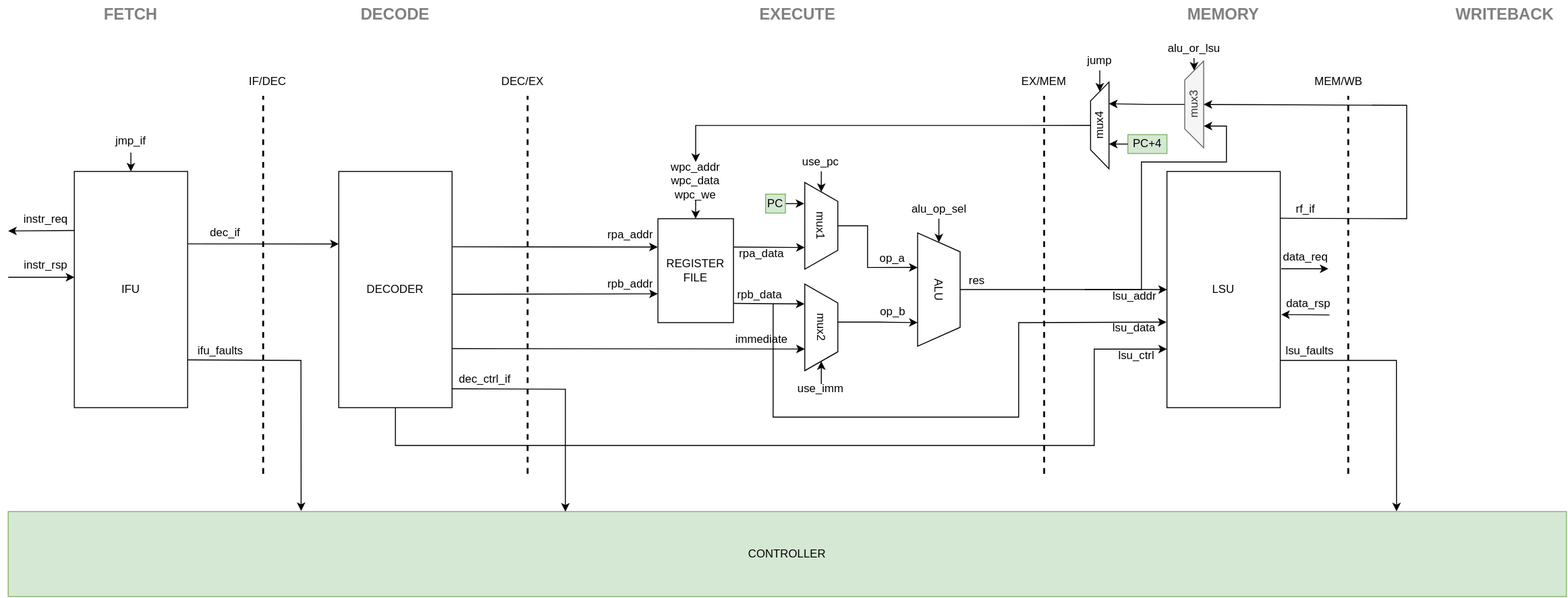
Earlier version of the draw.io export doc/img/rvj1_stages.svg (jurevreca12/rvj1). Source tidied: cells renumbered, new cells last; positions are measured from the earlier drawing's top-left corner, leaving out a move shared by most shapes.
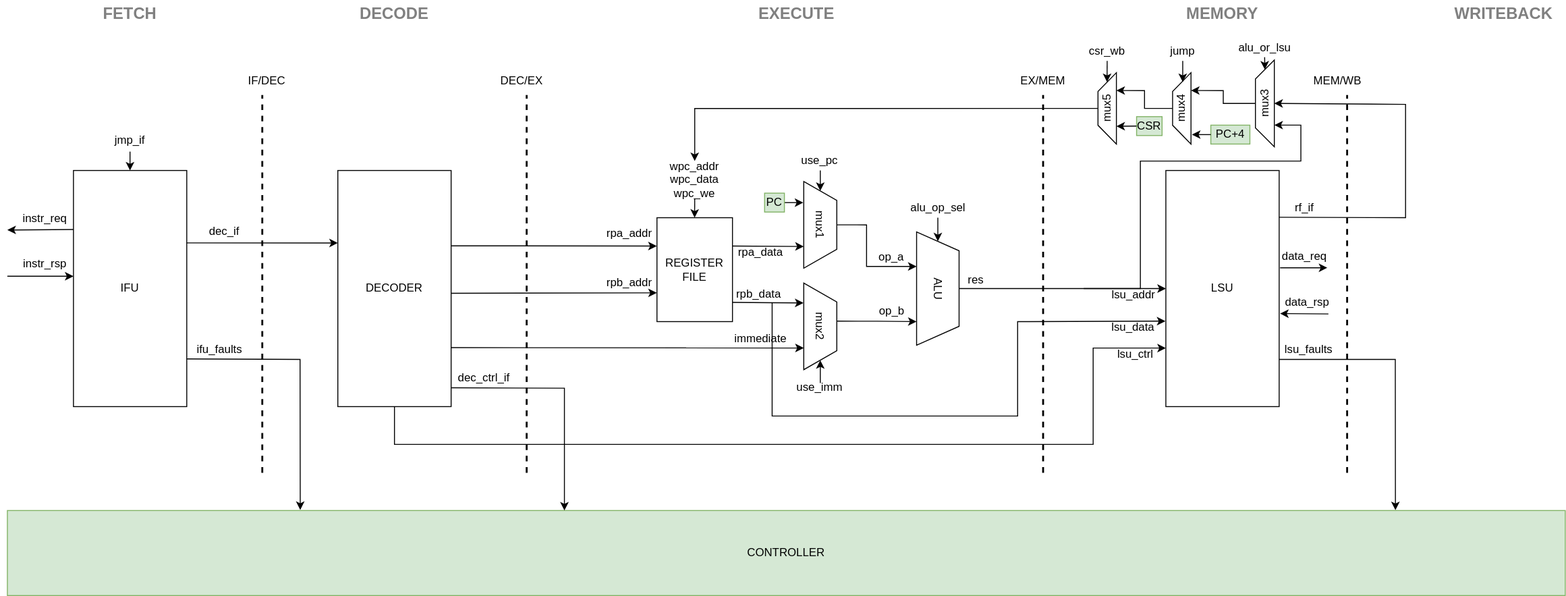
Above is the later version.

What changed in the source:
```diff
@@ -44,8 +44,8 @@
         <Array as="points">
           <mxPoint x="1200" y="305" />
           <mxPoint x="1200" y="170" />
-          <mxPoint x="1290" y="170" />
-          <mxPoint x="1290" y="132" />
+          <mxPoint x="1370" y="170" />
+          <mxPoint x="1370" y="132" />
         </Array>
       </mxGeometry>
     </mxCell>
@@ -258,7 +258,7 @@
       <mxGeometry relative="1" as="geometry" />
     </mxCell>
     <mxCell id="64" value="alu_or_lsu" style="text;html=1;align=center;verticalAlign=middle;whiteSpace=wrap;rounded=0;" parent="1" vertex="1">
-      <mxGeometry x="1225.6" y="40" width="60" height="20" as="geometry" />
+      <mxGeometry x="1301.6" y="40" width="60" height="20" as="geometry" />
     </mxCell>
     <mxCell id="65" style="endArrow=classic;html=1;rounded=0;entryX=1;entryY=0.5;entryDx=0;entryDy=0;" parent="1" edge="1" target="38">
       <mxGeometry relative="1" as="geometry">
@@ -328,26 +328,51 @@
         </Array>
       </mxGeometry>
     </mxCell>
-    <mxCell id="78" style="edgeStyle=orthogonalEdgeStyle;rounded=0;jettySize=auto;html=1;entryX=0.5;entryY=0;entryDx=0;entryDy=0;" parent="1" edge="1" source="79" target="27">
+    <mxCell id="78" style="edgeStyle=orthogonalEdgeStyle;rounded=0;jettySize=auto;html=1;entryX=0.5;entryY=0;entryDx=0;entryDy=0;exitX=0.5;exitY=0;exitDx=0;exitDy=0;" parent="1" edge="1" source="86" target="27">
       <mxGeometry relative="1" as="geometry" />
     </mxCell>
+    <mxCell id="85" style="edgeStyle=orthogonalEdgeStyle;rounded=0;jettySize=auto;html=1;entryX=0.75;entryY=1;entryDx=0;entryDy=0;" parent="1" edge="1" source="79" target="86">
+      <mxGeometry relative="1" as="geometry" />
+    </mxCell>
     <mxCell id="79" value="&lt;div&gt;mux4&lt;/div&gt;" style="shape=trapezoid;perimeter=trapezoidPerimeter;whiteSpace=wrap;html=1;fixedSize=1;rotation=-90;" parent="1" vertex="1">
-      <mxGeometry x="1110" y="121.5" width="91.8" height="19.5" as="geometry" />
+      <mxGeometry x="1206" y="104.5" width="75.8" height="19.5" as="geometry" />
     </mxCell>
-    <mxCell id="80" style="endArrow=classic;html=1;rounded=0;entryX=1;entryY=0.5;entryDx=0;entryDy=0;exitX=0.5;exitY=1;exitDx=0;exitDy=0;" parent="1" edge="1" source="81" target="79">
-      <mxGeometry relative="1" as="geometry" />
+    <mxCell id="80" style="endArrow=classic;html=1;rounded=0;entryX=1;entryY=0.5;entryDx=0;entryDy=0;exitX=0.5;exitY=1;exitDx=0;exitDy=0;" parent="1" edge="1" source="81">
+      <mxGeometry relative="1" as="geometry">
+        <mxPoint x="1244.9" y="86.4" as="targetPoint" />
+      </mxGeometry>
     </mxCell>
     <mxCell id="81" value="jump" style="text;html=1;align=center;verticalAlign=middle;whiteSpace=wrap;rounded=0;" parent="1" vertex="1">
-      <mxGeometry x="1125.9" y="53" width="60" height="20" as="geometry" />
+      <mxGeometry x="1214.9" y="44" width="60" height="20" as="geometry" />
     </mxCell>
     <mxCell id="82" value="PC+4" style="text;html=1;align=center;verticalAlign=middle;whiteSpace=wrap;rounded=0;fillColor=#d5e8d4;strokeColor=#82b366;" parent="1" vertex="1">
-      <mxGeometry x="1185.6" y="141" width="41.4" height="20" as="geometry" />
+      <mxGeometry x="1274.6" y="132" width="41.4" height="20" as="geometry" />
     </mxCell>
-    <mxCell id="83" value="&lt;div&gt;mux3&lt;/div&gt;" style="shape=trapezoid;perimeter=trapezoidPerimeter;whiteSpace=wrap;html=1;fixedSize=1;rotation=-90;fillColor=#f5f5f5;strokeColor=#666666;fontColor=#333333;" parent="1" vertex="1">
-      <mxGeometry x="1210" y="99" width="91.8" height="20" as="geometry" />
+    <mxCell id="83" value="&lt;div&gt;mux3&lt;/div&gt;" style="shape=trapezoid;perimeter=trapezoidPerimeter;whiteSpace=wrap;html=1;fixedSize=1;rotation=-90;" parent="1" vertex="1">
+      <mxGeometry x="1286" y="99" width="91.8" height="20" as="geometry" />
     </mxCell>
-    <mxCell id="84" style="edgeStyle=orthogonalEdgeStyle;rounded=0;jettySize=auto;html=1;entryX=0.283;entryY=1.006;entryDx=0;entryDy=0;entryPerimeter=0;" parent="1" edge="1" source="82" target="79">
-      <mxGeometry relative="1" as="geometry" />
+    <mxCell id="84" style="edgeStyle=orthogonalEdgeStyle;rounded=0;jettySize=auto;html=1;entryX=0.283;entryY=1.006;entryDx=0;entryDy=0;entryPerimeter=0;" parent="1" edge="1" source="82">
+      <mxGeometry relative="1" as="geometry">
+        <mxPoint x="1254.7" y="142.2" as="targetPoint" />
+      </mxGeometry>
     </mxCell>
+    <mxCell id="86" value="&lt;div&gt;mux5&lt;/div&gt;" style="shape=trapezoid;perimeter=trapezoidPerimeter;whiteSpace=wrap;html=1;fixedSize=1;rotation=-90;" parent="1" vertex="1">
+      <mxGeometry x="1127" y="104.5" width="75.8" height="19.5" as="geometry" />
+    </mxCell>
+    <mxCell id="87" style="endArrow=classic;html=1;rounded=0;entryX=1;entryY=0.5;entryDx=0;entryDy=0;exitX=0.5;exitY=1;exitDx=0;exitDy=0;" parent="1" edge="1">
+      <mxGeometry relative="1" as="geometry">
+        <mxPoint x="1164.8" y="64" as="sourcePoint" />
+        <mxPoint x="1164.7" y="86.4" as="targetPoint" />
+      </mxGeometry>
+    </mxCell>
+    <mxCell id="88" value="csr_wb" style="text;html=1;align=center;verticalAlign=middle;whiteSpace=wrap;rounded=0;" parent="1" vertex="1">
+      <mxGeometry x="1134.9" y="44" width="60" height="20" as="geometry" />
+    </mxCell>
+    <mxCell id="89" value="CSR" style="text;html=1;align=center;verticalAlign=middle;whiteSpace=wrap;rounded=0;fillColor=#d5e8d4;strokeColor=#82b366;" parent="1" vertex="1">
+      <mxGeometry x="1196" y="123" width="27" height="20" as="geometry" />
+    </mxCell>
+    <mxCell id="90" style="endArrow=classic;html=1;rounded=0;entryX=0.25;entryY=1;entryDx=0;entryDy=0;exitX=0;exitY=0.5;exitDx=0;exitDy=0;" parent="1" edge="1" source="89" target="86">
+      <mxGeometry relative="1" as="geometry" />
+    </mxCell>
   </root>
 </mxGraphModel>
```
